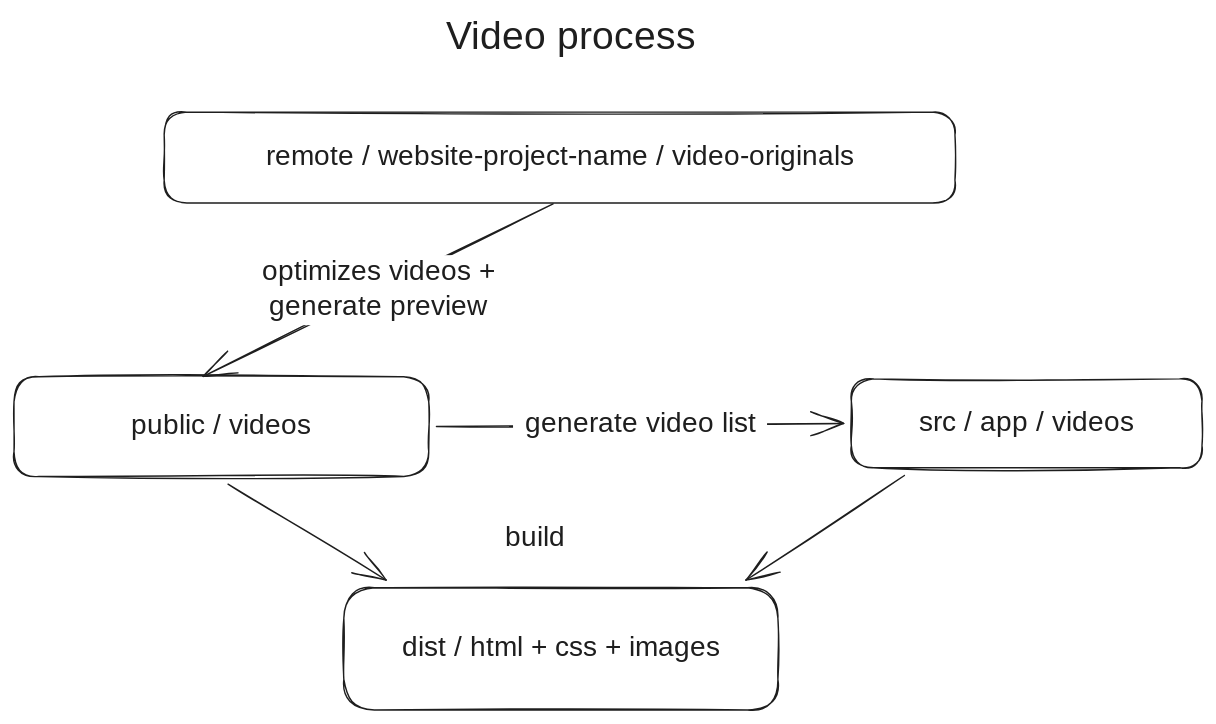
david1gp/optimize-images-web keeps this Excalidraw diagram as docs/arch/process_video_v1.excalidraw.svg. Above is the earlier version. Source tidied: one line per element, renumbered; positions are measured from the earlier drawing's top-left corner, leaving out a move shared by most shapes. The source it was exported from:
```json
{"id": 0, "type": "text", "text": "Video process", "strokeColor": "#1e1e1e", "strokeWidth": 1, "roughness": 1, "fontSize": 28, "fontFamily": 5, "x": 308, "y": 0, "width": 186, "height": 35}
{"id": 1, "type": "rectangle", "strokeColor": "#1e1e1e", "strokeWidth": 1, "roughness": 1, "round": true, "x": 598, "y": 261, "width": 250, "height": 63}
{"id": 2, "type": "text", "text": "src / app / videos", "strokeColor": "#1e1e1e", "strokeWidth": 1, "roughness": 1, "fontSize": 20, "fontFamily": 5, "textAlign": "center", "verticalAlign": "middle", "inside": 1, "x": 634, "y": 280, "width": 178, "height": 25}
{"id": 3, "type": "rectangle", "strokeColor": "#1e1e1e", "strokeWidth": 1, "roughness": 1, "round": true, "x": 236, "y": 410, "width": 310, "height": 87}
{"id": 4, "type": "text", "text": "dist / html + css + images", "strokeColor": "#1e1e1e", "strokeWidth": 1, "roughness": 1, "fontSize": 20, "fontFamily": 5, "textAlign": "center", "verticalAlign": "middle", "inside": 3, "x": 276, "y": 441, "width": 229, "height": 25}
{"id": 5, "type": "arrow", "strokeColor": "#1e1e1e", "strokeWidth": 1, "roughness": 1, "endArrowhead": "arrow", "from": 1, "to": 3, "x": 636, "y": 330, "width": 113, "height": 75, "points": [[0, 0], [-113, 75]]}
{"id": 6, "type": "rectangle", "strokeColor": "#1e1e1e", "strokeWidth": 1, "roughness": 1, "round": true, "x": 107, "y": 70, "width": 565, "height": 65}
{"id": 7, "type": "text", "text": "remote / website-project-name / video-originals", "strokeColor": "#1e1e1e", "strokeWidth": 1, "roughness": 1, "fontSize": 20, "fontFamily": 5, "textAlign": "center", "verticalAlign": "middle", "inside": 6, "x": 159, "y": 90, "width": 462, "height": 25}
{"id": 8, "type": "arrow", "strokeColor": "#1e1e1e", "strokeWidth": 1, "roughness": 1, "endArrowhead": "arrow", "from": 6, "to": 10, "x": 385, "y": 136, "width": 250, "height": 123, "points": [[0, 0], [-250, 123]]}
{"id": 9, "type": "text", "text": "optimizes videos +\ngenerate preview", "strokeColor": "#1e1e1e", "strokeWidth": 1, "roughness": 1, "fontSize": 20, "fontFamily": 5, "textAlign": "center", "verticalAlign": "middle", "inside": 8, "x": 60, "y": 177, "width": 178, "height": 50}
{"id": 10, "type": "rectangle", "strokeColor": "#1e1e1e", "strokeWidth": 1, "roughness": 1, "round": true, "x": 0, "y": 259, "width": 296, "height": 71}
{"id": 11, "type": "text", "text": "public / videos", "strokeColor": "#1e1e1e", "strokeWidth": 1, "roughness": 1, "fontSize": 20, "fontFamily": 5, "textAlign": "center", "verticalAlign": "middle", "inside": 10, "x": 78, "y": 282, "width": 141, "height": 25}
{"id": 12, "type": "arrow", "strokeColor": "#1e1e1e", "strokeWidth": 1, "roughness": 1, "endArrowhead": "arrow", "from": 10, "to": 3, "x": 153, "y": 336, "width": 113, "height": 68, "points": [[0, 0], [113, 68]]}
{"id": 13, "type": "text", "text": "build", "strokeColor": "#1e1e1e", "strokeWidth": 1, "roughness": 1, "fontSize": 20, "fontFamily": 5, "x": 351, "y": 362, "width": 44, "height": 25}
{"id": 14, "type": "arrow", "strokeColor": "#1e1e1e", "strokeWidth": 1, "roughness": 1, "endArrowhead": "arrow", "from": 10, "to": 1, "x": 302, "y": 295, "width": 291, "height": 2, "points": [[0, 0], [291, -2]]}
{"id": 15, "type": "text", "text": "generate video list", "strokeColor": "#1e1e1e", "strokeWidth": 1, "roughness": 1, "fontSize": 20, "fontFamily": 5, "textAlign": "center", "verticalAlign": "middle", "inside": 14, "x": 356, "y": 281, "width": 181, "height": 25}
```
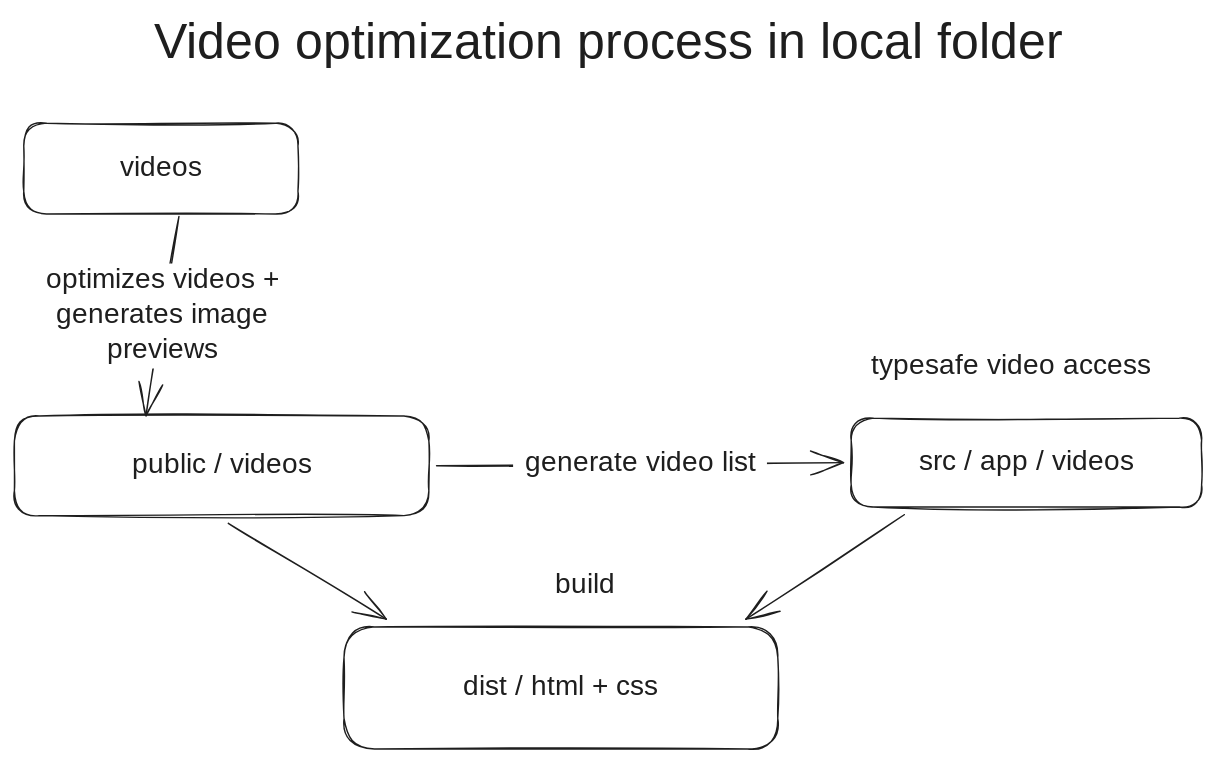
Above is the later version.

Commit message:
feat(process): add process pipeline, syncing to/from remote with caching headers

What changed in the source:
```diff
@@ -1,16 +1,17 @@
-{"id": 0, "type": "text", "text": "Video process", "strokeColor": "#1e1e1e", "strokeWidth": 1, "roughness": 1, "fontSize": 28, "fontFamily": 5, "x": 308, "y": 0, "width": 186, "height": 35}
+{"id": 0, "type": "text", "text": "Video optimization process in local folder", "strokeColor": "#1e1e1e", "strokeWidth": 1, "roughness": 1, "fontSize": 36, "fontFamily": 5, "x": 100, "y": -28, "width": 718, "height": 45}
 {"id": 1, "type": "rectangle", "strokeColor": "#1e1e1e", "strokeWidth": 1, "roughness": 1, "round": true, "x": 598, "y": 261, "width": 250, "height": 63}
 {"id": 2, "type": "text", "text": "src / app / videos", "strokeColor": "#1e1e1e", "strokeWidth": 1, "roughness": 1, "fontSize": 20, "fontFamily": 5, "textAlign": "center", "verticalAlign": "middle", "inside": 1, "x": 634, "y": 280, "width": 178, "height": 25}
 {"id": 3, "type": "rectangle", "strokeColor": "#1e1e1e", "strokeWidth": 1, "roughness": 1, "round": true, "x": 236, "y": 410, "width": 310, "height": 87}
-{"id": 4, "type": "text", "text": "dist / html + css + images", "strokeColor": "#1e1e1e", "strokeWidth": 1, "roughness": 1, "fontSize": 20, "fontFamily": 5, "textAlign": "center", "verticalAlign": "middle", "inside": 3, "x": 276, "y": 441, "width": 229, "height": 25}
+{"id": 4, "type": "text", "text": "dist / html + css", "strokeColor": "#1e1e1e", "strokeWidth": 1, "roughness": 1, "fontSize": 20, "fontFamily": 5, "textAlign": "center", "verticalAlign": "middle", "inside": 3, "x": 308, "y": 441, "width": 165, "height": 25}
 {"id": 5, "type": "arrow", "strokeColor": "#1e1e1e", "strokeWidth": 1, "roughness": 1, "endArrowhead": "arrow", "from": 1, "to": 3, "x": 636, "y": 330, "width": 113, "height": 75, "points": [[0, 0], [-113, 75]]}
-{"id": 6, "type": "rectangle", "strokeColor": "#1e1e1e", "strokeWidth": 1, "roughness": 1, "round": true, "x": 107, "y": 70, "width": 565, "height": 65}
+{"id": 6, "type": "rectangle", "strokeColor": "#1e1e1e", "strokeWidth": 1, "roughness": 1, "round": true, "x": 7, "y": 50, "width": 196, "height": 65}
-{"id": 7, "type": "text", "text": "remote / website-project-name / video-originals", "strokeColor": "#1e1e1e", "strokeWidth": 1, "roughness": 1, "fontSize": 20, "fontFamily": 5, "textAlign": "center", "verticalAlign": "middle", "inside": 6, "x": 159, "y": 90, "width": 462, "height": 25}
+{"id": 7, "type": "text", "text": "videos", "strokeColor": "#1e1e1e", "strokeWidth": 1, "roughness": 1, "fontSize": 20, "fontFamily": 5, "textAlign": "center", "verticalAlign": "middle", "inside": 6, "x": 74, "y": 70, "width": 61, "height": 25}
-{"id": 8, "type": "arrow", "strokeColor": "#1e1e1e", "strokeWidth": 1, "roughness": 1, "endArrowhead": "arrow", "from": 6, "to": 10, "x": 385, "y": 136, "width": 250, "height": 123, "points": [[0, 0], [-250, 123]]}
+{"id": 8, "type": "arrow", "strokeColor": "#1e1e1e", "strokeWidth": 1, "roughness": 1, "endArrowhead": "arrow", "from": 6, "to": 10, "x": 118, "y": 116, "width": 24, "height": 142, "points": [[0, 0], [-24, 142]]}
-{"id": 9, "type": "text", "text": "optimizes videos +\ngenerate preview", "strokeColor": "#1e1e1e", "strokeWidth": 1, "roughness": 1, "fontSize": 20, "fontFamily": 5, "textAlign": "center", "verticalAlign": "middle", "inside": 8, "x": 60, "y": 177, "width": 178, "height": 50}
+{"id": 9, "type": "text", "text": "optimizes videos +\ngenerates image\npreviews", "strokeColor": "#1e1e1e", "strokeWidth": 1, "roughness": 1, "fontSize": 20, "fontFamily": 5, "textAlign": "center", "verticalAlign": "middle", "inside": 8, "x": 17, "y": 150, "width": 178, "height": 75}
 {"id": 10, "type": "rectangle", "strokeColor": "#1e1e1e", "strokeWidth": 1, "roughness": 1, "round": true, "x": 0, "y": 259, "width": 296, "height": 71}
 {"id": 11, "type": "text", "text": "public / videos", "strokeColor": "#1e1e1e", "strokeWidth": 1, "roughness": 1, "fontSize": 20, "fontFamily": 5, "textAlign": "center", "verticalAlign": "middle", "inside": 10, "x": 78, "y": 282, "width": 141, "height": 25}
 {"id": 12, "type": "arrow", "strokeColor": "#1e1e1e", "strokeWidth": 1, "roughness": 1, "endArrowhead": "arrow", "from": 10, "to": 3, "x": 153, "y": 336, "width": 113, "height": 68, "points": [[0, 0], [113, 68]]}
-{"id": 13, "type": "text", "text": "build", "strokeColor": "#1e1e1e", "strokeWidth": 1, "roughness": 1, "fontSize": 20, "fontFamily": 5, "x": 351, "y": 362, "width": 44, "height": 25}
+{"id": 13, "type": "text", "text": "build", "strokeColor": "#1e1e1e", "strokeWidth": 1, "roughness": 1, "fontSize": 20, "fontFamily": 5, "x": 386, "y": 368, "width": 44, "height": 25}
 {"id": 14, "type": "arrow", "strokeColor": "#1e1e1e", "strokeWidth": 1, "roughness": 1, "endArrowhead": "arrow", "from": 10, "to": 1, "x": 302, "y": 295, "width": 291, "height": 2, "points": [[0, 0], [291, -2]]}
 {"id": 15, "type": "text", "text": "generate video list", "strokeColor": "#1e1e1e", "strokeWidth": 1, "roughness": 1, "fontSize": 20, "fontFamily": 5, "textAlign": "center", "verticalAlign": "middle", "inside": 14, "x": 356, "y": 281, "width": 181, "height": 25}
+{"id": 16, "type": "text", "text": "typesafe video access ", "strokeColor": "#1e1e1e", "strokeWidth": 2, "roughness": 1, "fontSize": 20, "fontFamily": 5, "x": 612, "y": 211, "width": 225, "height": 25}
```
